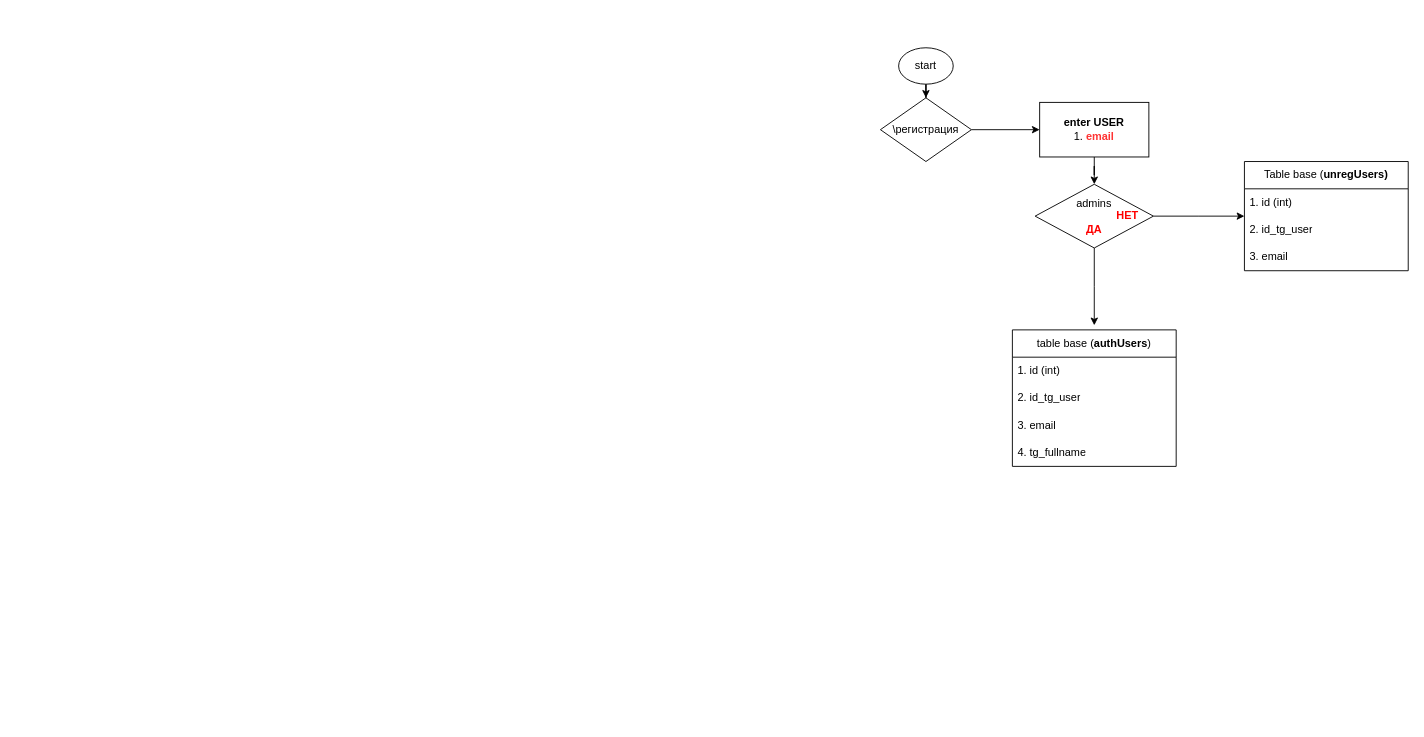
Earlier version of the draw.io diagram auth_op_bot.drawio (EvgeniiGud/draw). Source tidied: cells renumbered, new cells numbered last; positions are measured from the earlier drawing's top-left corner, leaving out a move shared by most shapes. Both pictures are drawn from the tidied source at 91%, with x=0, y=0 at pixel (880, 47).
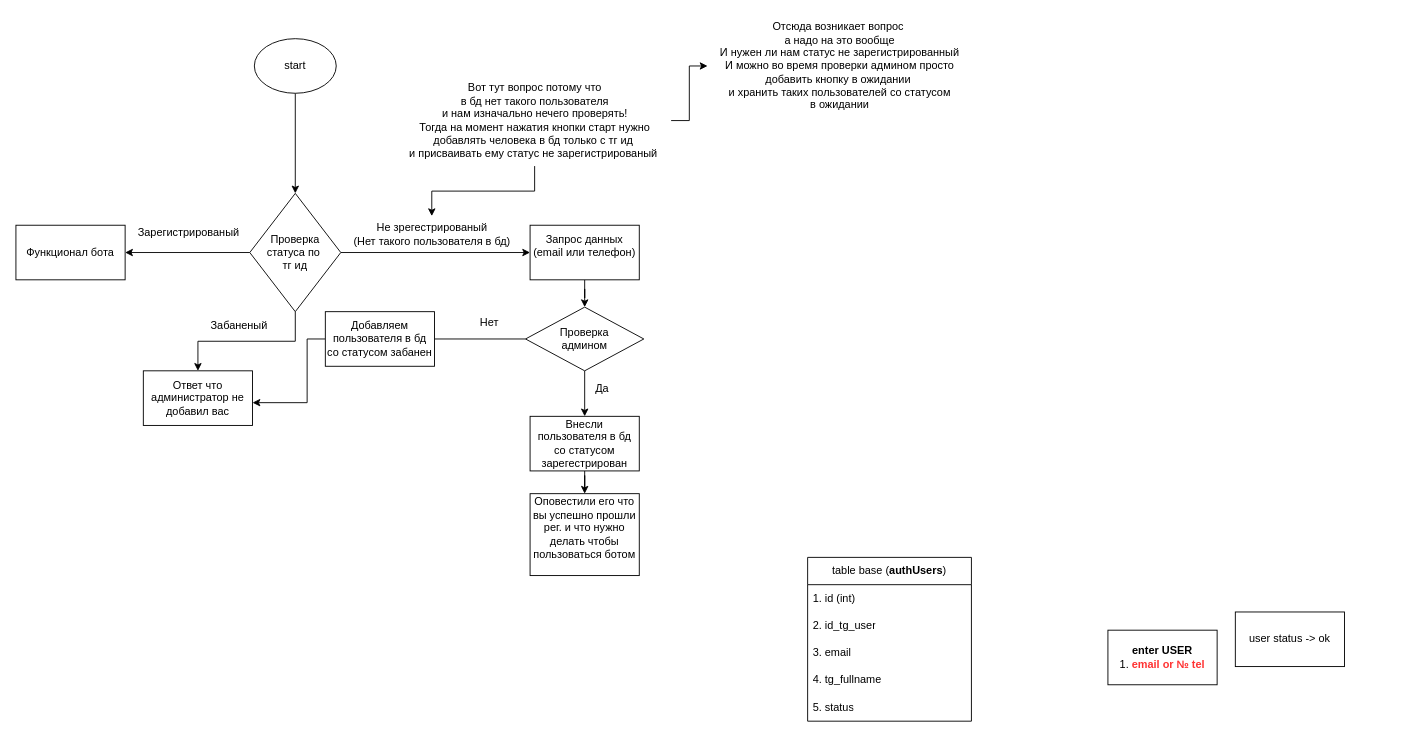
The same page after the edit.

Diff of the diagram source:
```diff
@@
-    <mxCell id="2" style="edgeStyle=orthogonalEdgeStyle;rounded=0;jettySize=auto;html=1;" parent="1" edge="1" source="3" target="5">
-      <mxGeometry relative="1" as="geometry" />
-    </mxCell>
+    <mxCell id="20" style="edgeStyle=orthogonalEdgeStyle;rounded=0;jettySize=auto;html=1;" parent="1" edge="1" source="3" target="27">
+      <mxGeometry relative="1" as="geometry" />
+    </mxCell>
     <mxCell id="3" value="start" style="ellipse;whiteSpace=wrap;html=1;" parent="1" vertex="1">
-      <mxGeometry x="20" width="60" height="40" as="geometry" />
+      <mxGeometry x="-688" y="-10" width="90" height="60" as="geometry" />
     </mxCell>
-    <mxCell id="4" style="edgeStyle=orthogonalEdgeStyle;rounded=0;jettySize=auto;html=1;" parent="1" edge="1" source="5" target="7">
-      <mxGeometry relative="1" as="geometry" />
-    </mxCell>
-    <mxCell id="5" value="\регистрация" style="rhombus;whiteSpace=wrap;html=1;" parent="1" vertex="1">
-      <mxGeometry y="55" width="100" height="70" as="geometry" />
-    </mxCell>
-    <mxCell id="6" style="edgeStyle=orthogonalEdgeStyle;rounded=0;jettySize=auto;html=1;" parent="1" edge="1" source="7" target="10">
-      <mxGeometry relative="1" as="geometry" />
-    </mxCell>
-    <mxCell id="7" value="&lt;b&gt;enter USER&lt;/b&gt;&lt;br&gt;1. &lt;font color=&quot;#ff3333&quot;&gt;&lt;b&gt;email&lt;/b&gt;&lt;/font&gt;" style="whiteSpace=wrap;html=1;" parent="1" vertex="1">
-      <mxGeometry x="175" y="60" width="120" height="60" as="geometry" />
+    <mxCell id="7" value="&lt;b&gt;enter USER&lt;/b&gt;&lt;br&gt;1. &lt;font color=&quot;#ff3333&quot;&gt;&lt;b&gt;email or № tel&lt;/b&gt;&lt;/font&gt;" style="whiteSpace=wrap;html=1;" parent="1" vertex="1">
+      <mxGeometry x="250" y="640" width="120" height="60" as="geometry" />
     </mxCell>
-    <mxCell id="8" style="edgeStyle=orthogonalEdgeStyle;rounded=0;jettySize=auto;html=1;" parent="1" edge="1" source="10">
-      <mxGeometry relative="1" as="geometry">
-        <mxPoint x="400" y="185" as="targetPoint" />
-      </mxGeometry>
-    </mxCell>
-    <mxCell id="9" style="edgeStyle=orthogonalEdgeStyle;rounded=0;jettySize=auto;html=1;" parent="1" edge="1" source="10">
-      <mxGeometry relative="1" as="geometry">
-        <mxPoint x="235" y="305" as="targetPoint" />
-      </mxGeometry>
-    </mxCell>
+    <mxCell id="21" style="edgeStyle=orthogonalEdgeStyle;rounded=0;jettySize=auto;html=1;" parent="1" edge="1" source="10" target="34">
+      <mxGeometry relative="1" as="geometry" />
+    </mxCell>
-    <mxCell id="10" value="admins&lt;br&gt;&lt;div style=&quot;text-align: right;&quot;&gt;&lt;span style=&quot;background-color: initial;&quot;&gt;&lt;font color=&quot;#ff0000&quot;&gt;&lt;b&gt;&amp;nbsp; &amp;nbsp; &amp;nbsp; &amp;nbsp; &amp;nbsp; &amp;nbsp; &amp;nbsp; &amp;nbsp; &amp;nbsp; &amp;nbsp; &amp;nbsp; НЕТ&lt;/b&gt;&lt;/font&gt;&lt;/span&gt;&lt;/div&gt;&lt;div style=&quot;&quot;&gt;&lt;span style=&quot;background-color: initial;&quot;&gt;&lt;font color=&quot;#ff0000&quot;&gt;&lt;b&gt;ДА&lt;/b&gt;&lt;/font&gt;&lt;/span&gt;&lt;/div&gt;" style="rhombus;whiteSpace=wrap;html=1;" parent="1" vertex="1">
-      <mxGeometry x="170" y="150" width="130" height="70" as="geometry" />
+    <mxCell id="10" value="&lt;div&gt;Проверка&lt;/div&gt;&lt;div&gt;админом&lt;/div&gt;" style="rhombus;whiteSpace=wrap;html=1;" parent="1" vertex="1">
+      <mxGeometry x="-390" y="285" width="130" height="70" as="geometry" />
     </mxCell>
     <mxCell id="11" value="table base (&lt;b&gt;authUsers&lt;/b&gt;)" style="swimlane;fontStyle=0;horizontal=1;startSize=30;whiteSpace=wrap;html=1;" parent="1" vertex="1">
-      <mxGeometry x="145" y="310" width="180" height="150" as="geometry" />
+      <mxGeometry x="-80" y="560" width="180" height="180" as="geometry" />
     </mxCell>
@@
-    <mxCell id="16" value="Table base (&lt;b style=&quot;border-color: var(--border-color);&quot;&gt;unregUsers)&lt;/b&gt;" style="swimlane;fontStyle=0;horizontal=1;startSize=30;whiteSpace=wrap;html=1;" parent="1" vertex="1">
-      <mxGeometry x="400" y="125" width="180" height="120" as="geometry" />
-    </mxCell>
-    <mxCell id="17" value="1. id (int)" style="text;strokeColor=none;fillColor=none;align=left;verticalAlign=middle;spacingLeft=4;spacingRight=4;overflow=hidden;whiteSpace=wrap;html=1;" parent="16" vertex="1">
-      <mxGeometry y="30" width="180" height="30" as="geometry" />
-    </mxCell>
-    <mxCell id="18" value="2. id_tg_user" style="text;strokeColor=none;fillColor=none;align=left;verticalAlign=middle;spacingLeft=4;spacingRight=4;overflow=hidden;whiteSpace=wrap;html=1;" parent="16" vertex="1">
-      <mxGeometry y="60" width="180" height="30" as="geometry" />
-    </mxCell>
-    <mxCell id="19" value="3. email" style="text;strokeColor=none;fillColor=none;align=left;verticalAlign=middle;spacingLeft=4;spacingRight=4;overflow=hidden;whiteSpace=wrap;html=1;" parent="16" vertex="1">
-      <mxGeometry y="90" width="180" height="30" as="geometry" />
-    </mxCell>
+    <mxCell id="22" value="5. status" style="text;strokeColor=none;fillColor=none;align=left;verticalAlign=middle;spacingLeft=4;spacingRight=4;overflow=hidden;whiteSpace=wrap;html=1;" parent="11" vertex="1">
+      <mxGeometry y="150" width="180" height="30" as="geometry" />
+    </mxCell>
+    <mxCell id="23" value="user status -&amp;gt; ok" style="whiteSpace=wrap;html=1;" parent="1" vertex="1">
+      <mxGeometry x="390" y="620" width="120" height="60" as="geometry" />
+    </mxCell>
+    <mxCell id="24" style="edgeStyle=orthogonalEdgeStyle;rounded=0;jettySize=auto;html=1;" parent="1" edge="1" source="27" target="28">
+      <mxGeometry relative="1" as="geometry" />
+    </mxCell>
+    <mxCell id="25" style="edgeStyle=orthogonalEdgeStyle;rounded=0;jettySize=auto;html=1;" parent="1" edge="1" source="27" target="32">
+      <mxGeometry relative="1" as="geometry" />
+    </mxCell>
+    <mxCell id="26" style="edgeStyle=orthogonalEdgeStyle;rounded=0;jettySize=auto;html=1;" parent="1" edge="1" source="27" target="37">
+      <mxGeometry relative="1" as="geometry" />
+    </mxCell>
+    <mxCell id="27" value="&lt;div&gt;&lt;br&gt;&lt;/div&gt;&lt;div&gt;Проверка статуса по&amp;nbsp;&lt;/div&gt;&lt;div&gt;тг ид&lt;br&gt;&lt;/div&gt;&lt;div&gt;&lt;br&gt;&lt;/div&gt;" style="rhombus;whiteSpace=wrap;html=1;" parent="1" vertex="1">
+      <mxGeometry x="-693" y="160" width="100" height="130" as="geometry" />
+    </mxCell>
+    <mxCell id="28" value="Функционал бота" style="whiteSpace=wrap;html=1;" parent="1" vertex="1">
+      <mxGeometry x="-950" y="195" width="120" height="60" as="geometry" />
+    </mxCell>
+    <mxCell id="29" value="&lt;div&gt;Зарегистрированый&lt;/div&gt;&lt;div&gt;&lt;br&gt;&lt;/div&gt;" style="text;html=1;strokeColor=none;fillColor=none;align=center;verticalAlign=middle;whiteSpace=wrap;rounded=0;" parent="1" vertex="1">
+      <mxGeometry x="-790" y="195" width="60" height="30" as="geometry" />
+    </mxCell>
+    <mxCell id="30" value="&lt;div&gt;Не зрегестрированый&lt;/div&gt;&lt;div&gt;(Нет такого пользователя в бд)&lt;br&gt;&lt;/div&gt;" style="text;html=1;align=center;verticalAlign=middle;points=[];strokeColor=none;fillColor=none;" parent="1" vertex="1">
+      <mxGeometry x="-593" y="185" width="200" height="40" as="geometry" />
+    </mxCell>
+    <mxCell id="31" style="edgeStyle=orthogonalEdgeStyle;rounded=0;jettySize=auto;html=1;" parent="1" edge="1" source="32" target="10">
+      <mxGeometry relative="1" as="geometry" />
+    </mxCell>
+    <mxCell id="32" value="&lt;div&gt;Запрос данных&lt;/div&gt;&lt;div&gt;(email или телефон)&lt;/div&gt;&lt;div&gt;&lt;br&gt;&lt;/div&gt;" style="whiteSpace=wrap;html=1;" parent="1" vertex="1">
+      <mxGeometry x="-385" y="195" width="120" height="60" as="geometry" />
+    </mxCell>
+    <mxCell id="33" style="edgeStyle=orthogonalEdgeStyle;rounded=0;jettySize=auto;html=1;" parent="1" edge="1" source="34" target="44">
+      <mxGeometry relative="1" as="geometry" />
+    </mxCell>
+    <mxCell id="34" value="&lt;div&gt;Внесли пользователя в бд со статусом&lt;/div&gt;&lt;div&gt;зарегестрирован&lt;br&gt;&lt;/div&gt;" style="whiteSpace=wrap;html=1;" parent="1" vertex="1">
+      <mxGeometry x="-385" y="405" width="120" height="60" as="geometry" />
+    </mxCell>
+    <mxCell id="35" style="edgeStyle=orthogonalEdgeStyle;rounded=0;orthogonalLoop=1;jettySize=auto;html=1;exitX=0.5;exitY=1;exitDx=0;exitDy=0;" parent="1" edge="1" source="27" target="27">
+      <mxGeometry relative="1" as="geometry" />
+    </mxCell>
+    <mxCell id="36" style="edgeStyle=orthogonalEdgeStyle;rounded=0;orthogonalLoop=1;jettySize=auto;html=1;exitX=0.5;exitY=1;exitDx=0;exitDy=0;" parent="1" edge="1" source="27" target="27">
+      <mxGeometry relative="1" as="geometry" />
+    </mxCell>
+    <mxCell id="37" value="Ответ что администратор не добавил вас" style="whiteSpace=wrap;html=1;" parent="1" vertex="1">
+      <mxGeometry x="-810" y="355" width="120" height="60" as="geometry" />
+    </mxCell>
+    <mxCell id="38" value="&lt;div&gt;Забаненый&lt;/div&gt;" style="text;html=1;align=center;verticalAlign=middle;strokeColor=none;fillColor=none;" parent="1" vertex="1">
+      <mxGeometry x="-750" y="290" width="90" height="30" as="geometry" />
+    </mxCell>
+    <mxCell id="39" style="edgeStyle=orthogonalEdgeStyle;rounded=0;jettySize=auto;html=1;exitX=0;exitY=0.5;exitDx=0;exitDy=0;entryX=1;entryY=0.583;entryDx=0;entryDy=0;entryPerimeter=0;" parent="1" edge="1" source="42" target="37">
+      <mxGeometry relative="1" as="geometry">
+        <Array as="points">
+          <mxPoint x="-630" y="320" />
+          <mxPoint x="-630" y="390" />
+        </Array>
+      </mxGeometry>
+    </mxCell>
+    <mxCell id="40" value="Нет" style="text;html=1;align=center;verticalAlign=middle;strokeColor=none;fillColor=none;" parent="1" vertex="1">
+      <mxGeometry x="-450" y="287" width="40" height="30" as="geometry" />
+    </mxCell>
+    <mxCell id="41" style="edgeStyle=orthogonalEdgeStyle;rounded=0;jettySize=auto;html=1;exitX=0;exitY=0.5;exitDx=0;exitDy=0;entryX=1;entryY=0.583;entryDx=0;entryDy=0;entryPerimeter=0;" parent="1" edge="1" source="10" target="42">
+      <mxGeometry relative="1" as="geometry">
+        <Array as="points">
+          <mxPoint x="-500" y="320" />
+        </Array>
+      </mxGeometry>
+    </mxCell>
+    <mxCell id="42" value="&lt;div&gt;Добавляем пользователя в бд&lt;/div&gt;&lt;div&gt;со статусом забанен&lt;br&gt;&lt;/div&gt;" style="whiteSpace=wrap;html=1;" parent="1" vertex="1">
+      <mxGeometry x="-610" y="290" width="120" height="60" as="geometry" />
+    </mxCell>
+    <mxCell id="43" value="Да" style="text;html=1;align=center;verticalAlign=middle;strokeColor=none;fillColor=none;" parent="1" vertex="1">
+      <mxGeometry x="-326" y="360" width="40" height="30" as="geometry" />
+    </mxCell>
+    <mxCell id="44" value="&lt;div&gt;Оповестили его что вы успешно прошли рег. и что нужно делать чтобы пользоваться ботом&lt;br&gt;&lt;/div&gt;&lt;div&gt;&lt;br&gt;&lt;/div&gt;" style="whiteSpace=wrap;html=1;" parent="1" vertex="1">
+      <mxGeometry x="-385" y="490" width="120" height="90" as="geometry" />
+    </mxCell>
+    <mxCell id="45" style="edgeStyle=orthogonalEdgeStyle;rounded=0;jettySize=auto;html=1;" parent="1" edge="1" source="47" target="30">
+      <mxGeometry relative="1" as="geometry" />
+    </mxCell>
+    <mxCell id="46" style="edgeStyle=orthogonalEdgeStyle;rounded=0;jettySize=auto;html=1;" parent="1" edge="1" source="47" target="48">
+      <mxGeometry relative="1" as="geometry" />
+    </mxCell>
+    <mxCell id="47" value="&lt;div&gt;Вот тут вопрос потому что&lt;/div&gt;&lt;div&gt;в бд нет такого пользователя&lt;/div&gt;&lt;div&gt;и нам изначально нечего проверять!&lt;/div&gt;&lt;div&gt;Тогда на момент нажатия кнопки старт нужно&lt;/div&gt;&lt;div&gt;добавлять человека в бд только с тг ид&amp;nbsp;&lt;/div&gt;&lt;div&gt;и присваивать ему статус не зарегистрированый&amp;nbsp; &lt;/div&gt;" style="text;html=1;align=center;verticalAlign=middle;points=[];strokeColor=none;fillColor=none;" parent="1" vertex="1">
+      <mxGeometry x="-530" y="30" width="300" height="100" as="geometry" />
+    </mxCell>
+    <mxCell id="48" value="&lt;div&gt;Отсюда возникает вопрос&amp;nbsp;&lt;/div&gt;&lt;div&gt;а надо на это вообще&lt;/div&gt;&lt;div&gt;И нужен ли нам статус не зарегистрированный&lt;/div&gt;&lt;div&gt;И можно во время проверки админом просто &lt;br&gt;&lt;/div&gt;&lt;div&gt;добавить кнопку в ожидании&amp;nbsp;&lt;/div&gt;&lt;div&gt;и хранить таких пользователей со статусом &lt;br&gt;&lt;/div&gt;&lt;div&gt;в ожидании&lt;br&gt; &lt;/div&gt;" style="text;html=1;align=center;verticalAlign=middle;points=[];strokeColor=none;fillColor=none;" parent="1" vertex="1">
+      <mxGeometry x="-190" y="-35" width="290" height="110" as="geometry" />
+    </mxCell>
```
